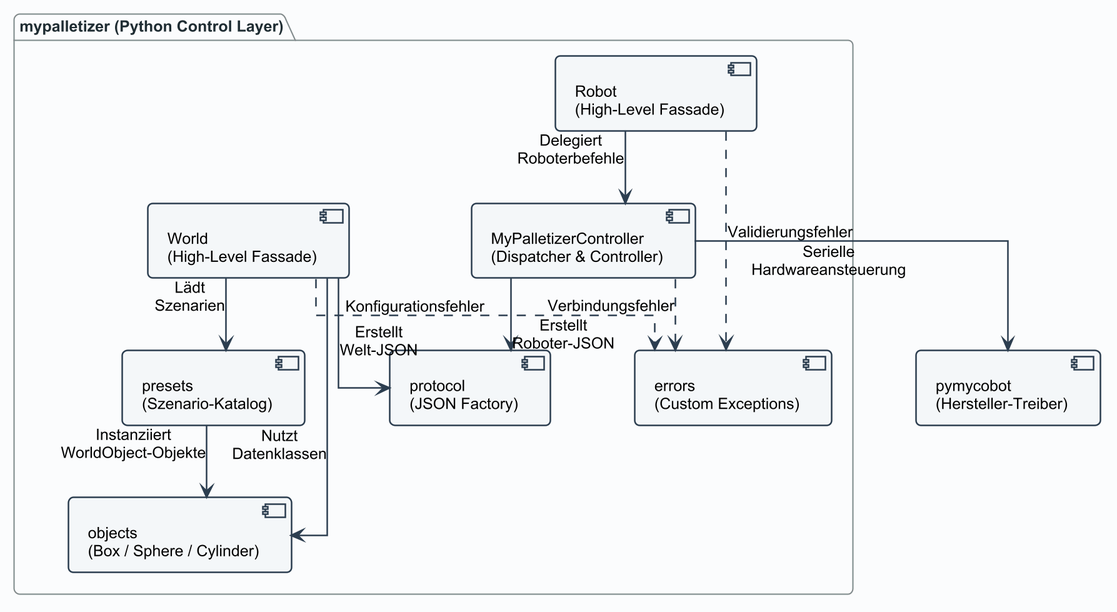
Before: docs/asciidoc/images/05_python_l2.png, a diagram exported from PlantUML (Stonehouse1703/DigitalTwin-for-MyPalletizer-260-M5-UnityVersion). Its source is kept beside it as docs/asciidoc/diagrams/05_python_l2.puml.
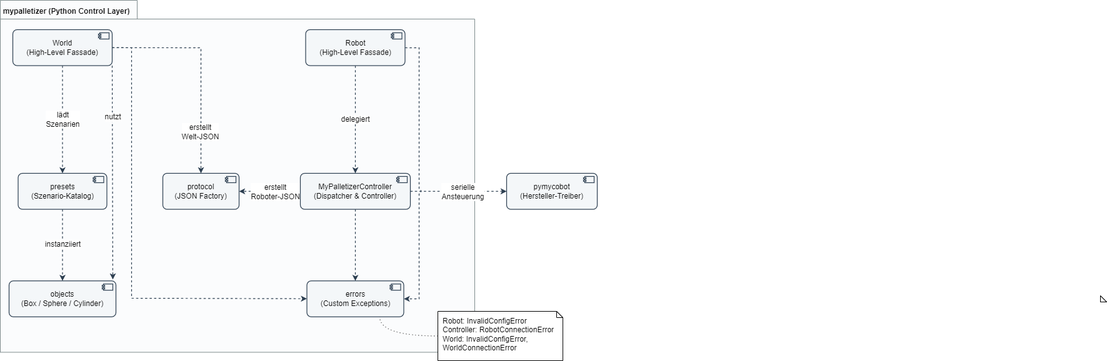
Later version of the same file.

What changed in the source:
```diff
@@ -1,5 +1,8 @@
 @startuml
 !include style.puml
+skinparam linetype polyline
+skinparam nodesep 70
+skinparam ranksep 80
 
 package "mypalletizer (Python Control Layer)" {
     component "Robot\n(High-Level Fassade)" as Robot
@@ -13,18 +16,24 @@
 
 component "pymycobot\n(Hersteller-Treiber)" as PyMyCobot
 
-Robot --> Controller : Delegiert Roboterbefehle
-Robot ..> Errors : Validierungsfehler
+Robot ..> Controller : delegiert
+Controller ..> Protocol : erstellt Roboter-JSON
+Controller ..> PyMyCobot : serielle Ansteuerung
 
-Controller --> Protocol : Erstellt Roboter-JSON
-Controller --> PyMyCobot : Serielle Hardwareansteuerung
-Controller ..> Errors : Verbindungsfehler
+World ..> Protocol : erstellt Welt-JSON
+World ..> Presets : lädt Szenarien
+Presets ..> Objects : instanziiert
 
-World --> Protocol : Erstellt Welt-JSON
-World --> Presets : Lädt Szenarien
-World --> Objects : Nutzt Datenklassen
-World ..> Errors : Konfigurationsfehler
+World ..> Objects : nutzt
+Robot ..> Errors
+Controller ..> Errors
+World ..> Errors
 
-Presets --> Objects : Instanziiert WorldObject-Objekte
+note bottom of Errors
+Robot: InvalidConfigError
+Controller: RobotConnectionError
+World: InvalidConfigError,
+WorldConnectionError
+end note
 
 @enduml
```
